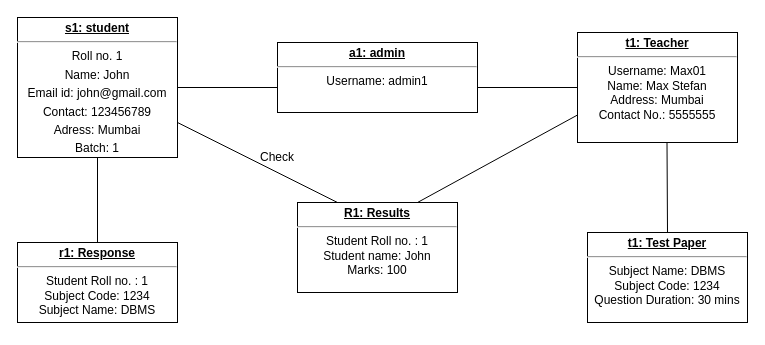
The draw.io diagram Object_Diagram_Blueprint.drawio in adityaparab04/Diagrams, before the edit. Source tidied: cells renumbered, new cells numbered last; positions are measured from the earlier drawing's top-left corner, leaving out a move shared by most shapes. Both pictures are drawn from the tidied source at 100%, with x=0, y=0 at pixel (17, 17).
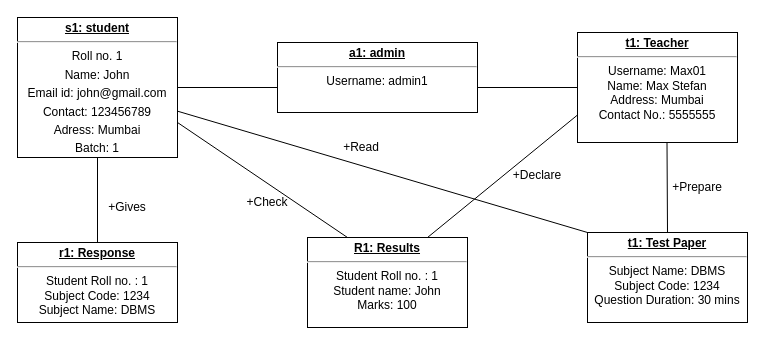
The same page after the edit.

Unchanged cells that the change refers to:
```xml
<mxCell id="2" value="&lt;p style=&quot;margin: 0px ; margin-top: 4px ; text-align: center ; text-decoration: underline&quot;&gt;&lt;b&gt;s1: student&lt;/b&gt;&lt;/p&gt;&lt;hr&gt;&lt;p style=&quot;margin: 4px 0px 0px ; text-align: center&quot;&gt;Roll no. 1&lt;/p&gt;&lt;p style=&quot;margin: 4px 0px 0px ; text-align: center&quot;&gt;Name: John&lt;/p&gt;&lt;p style=&quot;margin: 4px 0px 0px ; text-align: center&quot;&gt;Email id: john@gmail.com&lt;/p&gt;&lt;p style=&quot;margin: 4px 0px 0px ; text-align: center&quot;&gt;Contact: 123456789&lt;/p&gt;&lt;p style=&quot;margin: 4px 0px 0px ; text-align: center&quot;&gt;Adress: Mumbai&lt;/p&gt;&lt;p style=&quot;margin: 4px 0px 0px ; text-align: center&quot;&gt;Batch: 1&lt;/p&gt;&lt;p style=&quot;margin: 0px ; margin-top: 4px ; text-align: center ; text-decoration: underline&quot;&gt;&lt;br&gt;&lt;/p&gt;" style="verticalAlign=top;align=left;overflow=fill;fontSize=12;fontFamily=Helvetica;html=1;" parent="1" vertex="1">
  <mxGeometry width="160" height="140" as="geometry" />
</mxCell>
<mxCell id="8" value="&lt;p style=&quot;margin: 0px ; margin-top: 4px ; text-align: center ; text-decoration: underline&quot;&gt;&lt;b&gt;t1: Test Paper&lt;/b&gt;&lt;/p&gt;&lt;hr&gt;&lt;div style=&quot;text-align: center&quot;&gt;&lt;span&gt;Subject Name: DBMS&lt;/span&gt;&lt;/div&gt;&lt;div style=&quot;text-align: center&quot;&gt;&lt;span&gt;Subject Code: 1234&lt;/span&gt;&lt;/div&gt;&lt;div style=&quot;text-align: center&quot;&gt;&lt;span&gt;Question Duration: 30 mins&lt;/span&gt;&lt;/div&gt;" style="verticalAlign=top;align=left;overflow=fill;fontSize=12;fontFamily=Helvetica;html=1;" parent="1" vertex="1">
  <mxGeometry x="570" y="215" width="160" height="90" as="geometry" />
</mxCell>
```

Change to the diagram source:
```diff
@@
     <mxCell id="10" value="&lt;p style=&quot;margin: 0px ; margin-top: 4px ; text-align: center ; text-decoration: underline&quot;&gt;&lt;b&gt;R1: Results&lt;/b&gt;&lt;/p&gt;&lt;hr style=&quot;text-align: center&quot;&gt;&lt;div style=&quot;text-align: center&quot;&gt;&lt;span&gt;Student Roll no. : 1&lt;/span&gt;&lt;/div&gt;&lt;div style=&quot;text-align: center&quot;&gt;&lt;span&gt;Student name: John&lt;/span&gt;&lt;/div&gt;&lt;div style=&quot;text-align: center&quot;&gt;&lt;span&gt;Marks: 100&lt;/span&gt;&lt;/div&gt;" style="verticalAlign=top;align=left;overflow=fill;fontSize=12;fontFamily=Helvetica;html=1;" parent="1" vertex="1">
-      <mxGeometry x="280" y="185" width="160" height="90" as="geometry" />
+      <mxGeometry x="290" y="220" width="160" height="90" as="geometry" />
     </mxCell>
@@
-    <mxCell id="15" value="Check" style="text;html=1;strokeColor=none;fillColor=none;align=center;verticalAlign=middle;whiteSpace=wrap;rounded=0;" parent="1" vertex="1">
-      <mxGeometry x="230" y="125" width="60" height="30" as="geometry" />
+    <mxCell id="15" value="+Check" style="text;html=1;strokeColor=none;fillColor=none;align=center;verticalAlign=middle;whiteSpace=wrap;rounded=0;" parent="1" vertex="1">
+      <mxGeometry x="220" y="170" width="60" height="30" as="geometry" />
     </mxCell>
+    <mxCell id="16" value="+Gives" style="text;html=1;strokeColor=none;fillColor=none;align=center;verticalAlign=middle;whiteSpace=wrap;rounded=0;" parent="1" vertex="1">
+      <mxGeometry x="80" y="175" width="60" height="30" as="geometry" />
+    </mxCell>
+    <mxCell id="17" value="+Declare" style="text;html=1;strokeColor=none;fillColor=none;align=center;verticalAlign=middle;whiteSpace=wrap;rounded=0;" parent="1" vertex="1">
+      <mxGeometry x="490" y="145" width="60" height="25" as="geometry" />
+    </mxCell>
+    <mxCell id="18" style="endArrow=none;html=1;rounded=0;exitX=0;exitY=0;exitDx=0;exitDy=0;" parent="1" edge="1" source="8" target="2">
+      <mxGeometry relative="1" as="geometry" />
+    </mxCell>
+    <mxCell id="19" value="+Prepare" style="text;html=1;strokeColor=none;fillColor=none;align=center;verticalAlign=middle;whiteSpace=wrap;rounded=0;" parent="1" vertex="1">
+      <mxGeometry x="650" y="155" width="60" height="30" as="geometry" />
+    </mxCell>
+    <mxCell id="20" value="+Read" style="text;html=1;strokeColor=none;fillColor=none;align=center;verticalAlign=middle;whiteSpace=wrap;rounded=0;" parent="1" vertex="1">
+      <mxGeometry x="314" y="115" width="60" height="30" as="geometry" />
+    </mxCell>
```
